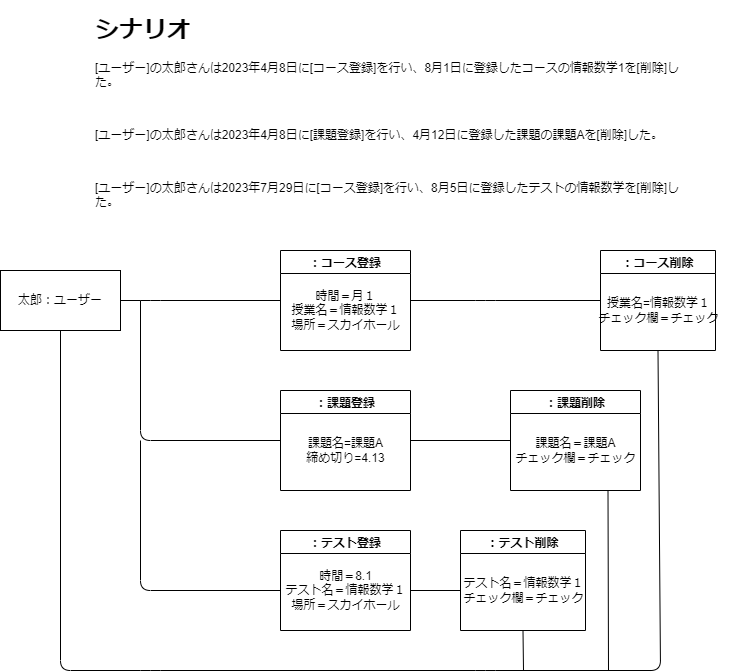
Earlier version of the draw.io export Object-1.drawio.png (Hu-Hanxu/First-App-Self-Management-). Source tidied: cells renumbered, new cells last; positions are measured from the earlier drawing's top-left corner, leaving out a move shared by most shapes.
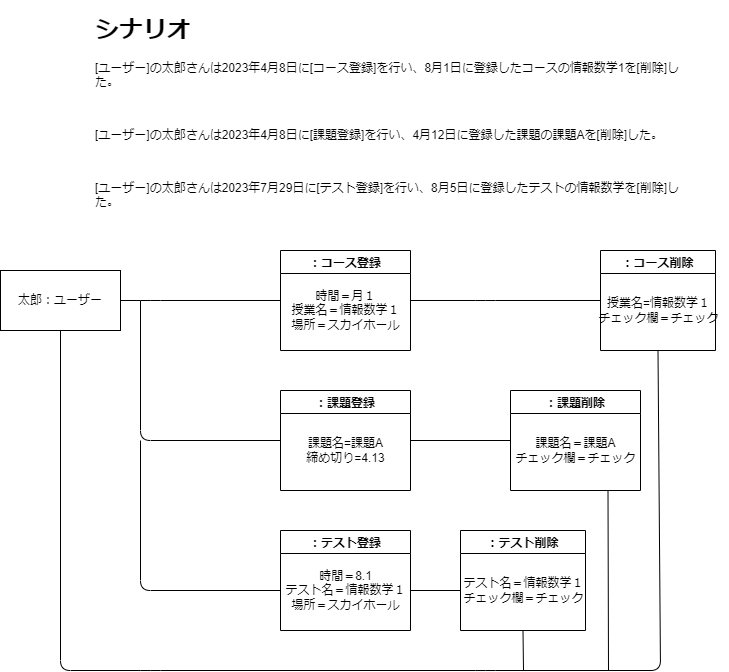
After the commit.

Commit message:
オブジェクト図の完成

Diff of the diagram source:
```diff
@@ -2,7 +2,7 @@
   <root>
     <mxCell id="0" />
     <mxCell id="1" parent="0" />
-    <mxCell id="2" value="&lt;h1&gt;シナリオ&lt;/h1&gt;&lt;p&gt;[ユーザー]の太郎さんは2023年4月8日に[コース登録]を行い、8月1日に登録したコースの情報数学1を[削除]した。&lt;/p&gt;&lt;p&gt;&lt;br&gt;&lt;/p&gt;&lt;p&gt;[ユーザー]の太郎さんは2023年4月8日に[課題登録]を行い、4月12日に登録した課題の課題Aを[削除]した。&lt;br&gt;&lt;/p&gt;&lt;p&gt;&lt;br&gt;&lt;/p&gt;&lt;p&gt;[ユーザー]の太郎さんは2023年7月29日に[コース登録]を行い、8月5日に登録したテストの情報数学を[削除]した。&lt;br&gt;&lt;/p&gt;" style="text;html=1;strokeColor=none;fillColor=none;spacing=5;spacingTop=-20;whiteSpace=wrap;overflow=hidden;rounded=0;" parent="1" vertex="1">
+    <mxCell id="2" value="&lt;h1&gt;シナリオ&lt;/h1&gt;&lt;p&gt;[ユーザー]の太郎さんは2023年4月8日に[コース登録]を行い、8月1日に登録したコースの情報数学1を[削除]した。&lt;/p&gt;&lt;p&gt;&lt;br&gt;&lt;/p&gt;&lt;p&gt;[ユーザー]の太郎さんは2023年4月8日に[課題登録]を行い、4月12日に登録した課題の課題Aを[削除]した。&lt;br&gt;&lt;/p&gt;&lt;p&gt;&lt;br&gt;&lt;/p&gt;&lt;p&gt;[ユーザー]の太郎さんは2023年7月29日に[テスト登録]を行い、8月5日に登録したテストの情報数学を[削除]した。&lt;br&gt;&lt;/p&gt;" style="text;html=1;strokeColor=none;fillColor=none;spacing=5;spacingTop=-20;whiteSpace=wrap;overflow=hidden;rounded=0;" parent="1" vertex="1">
       <mxGeometry x="90" width="610" height="200" as="geometry" />
     </mxCell>
     <mxCell id="3" value="：課題登録" style="swimlane;startSize=23;" parent="1" vertex="1">
```
